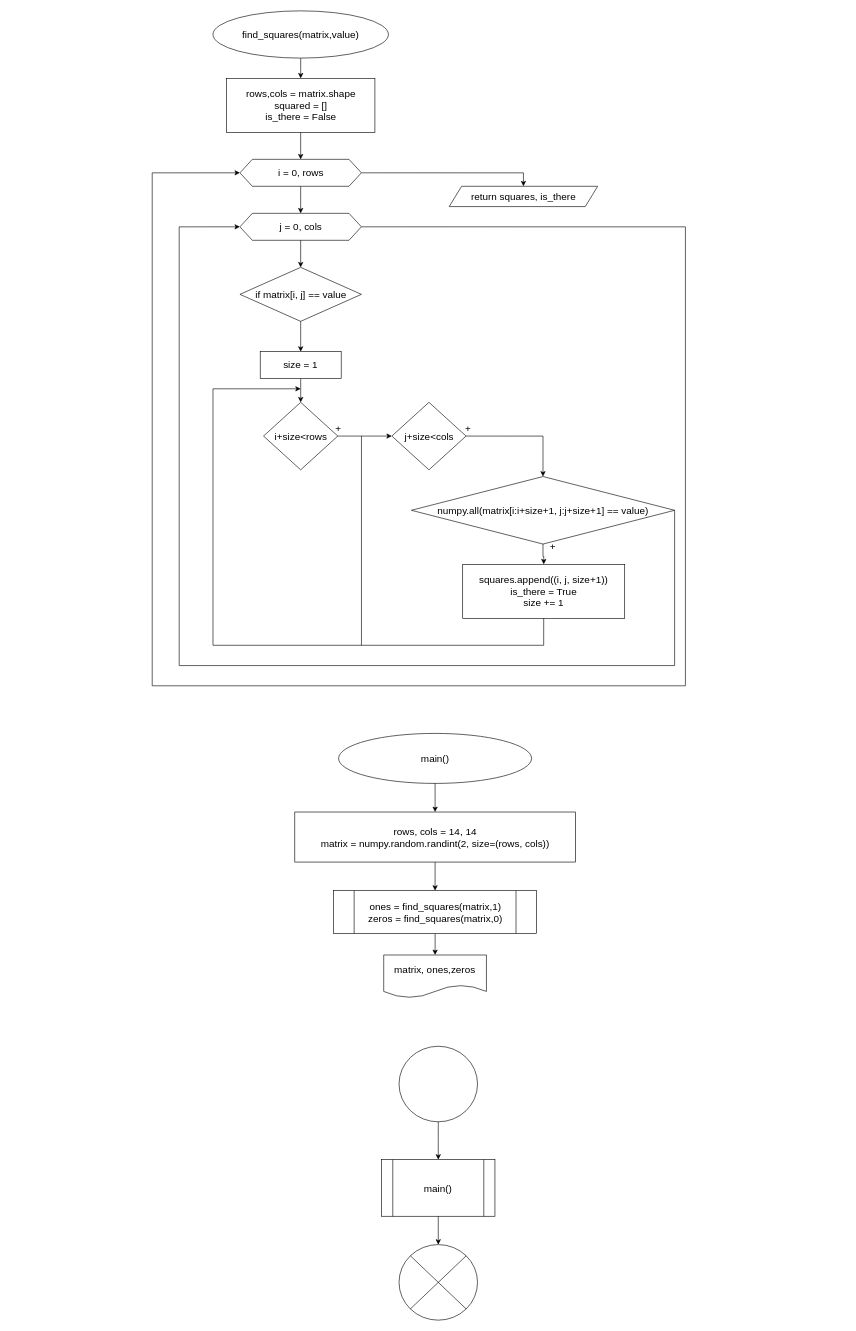
Before: 2.drawio in DavoA/Univercity, a draw.io diagram. Source tidied: cells renumbered, new cells numbered last; positions are measured from the earlier drawing's top-left corner, leaving out a move shared by most shapes. Both pictures are drawn from the tidied source at 62%, with x=0, y=0 at pixel (152, 11).
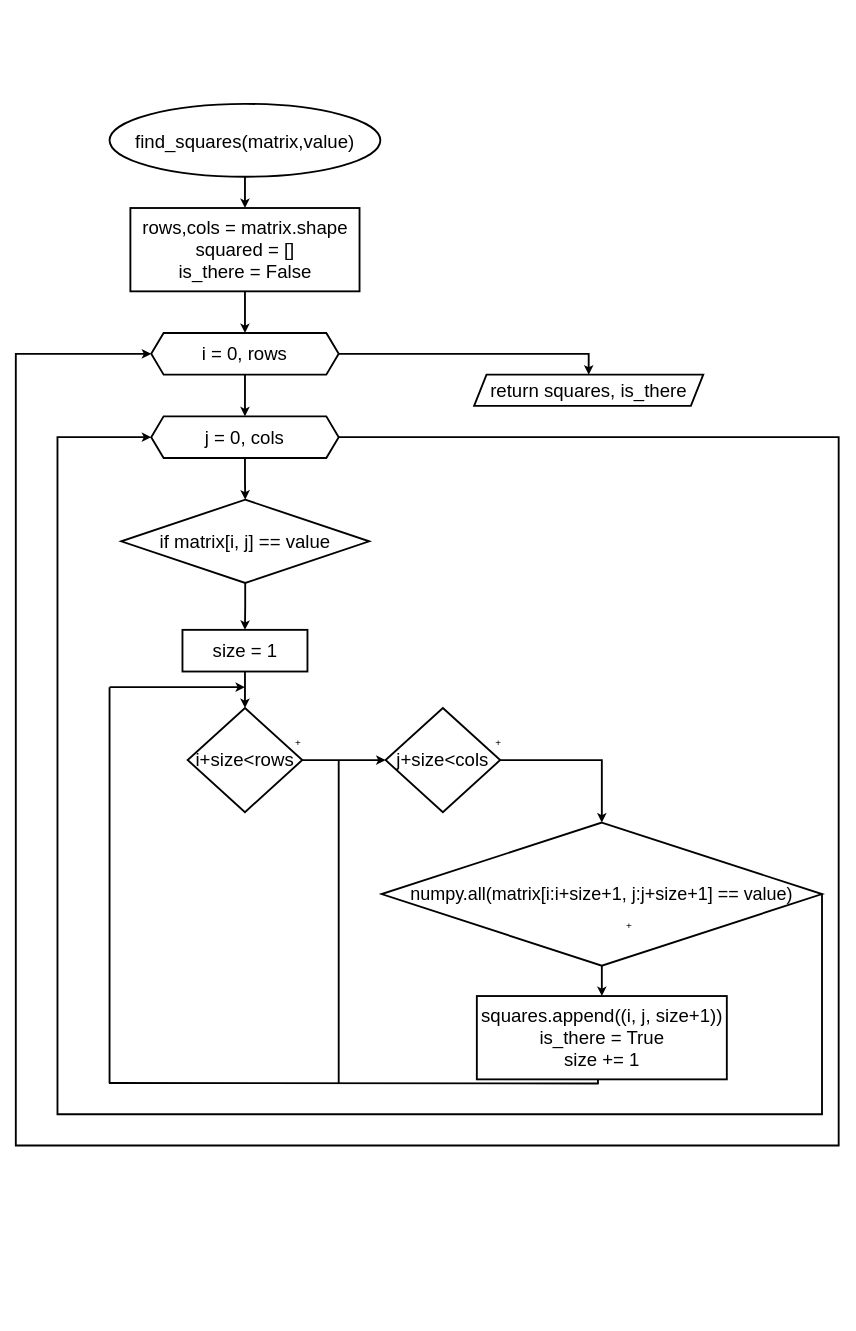
The same page after the edit.

Diff of the diagram source:
```diff
@@
-    <mxCell id="2" style="group;" parent="1" vertex="1">
-      <mxGeometry x="230" y="1165.4" width="452.5" height="426.6" as="geometry" />
-    </mxCell>
-    <mxCell id="3" value="&lt;font style=&quot;font-size: 16px;&quot;&gt;main()&lt;/font&gt;" style="ellipse;whiteSpace=wrap;html=1;" parent="2" vertex="1">
-      <mxGeometry x="70.6" width="311.3" height="80.7" as="geometry" />
-    </mxCell>
-    <mxCell id="4" value="&lt;div style=&quot;font-size: 16px;&quot;&gt;&lt;font style=&quot;font-size: 16px;&quot;&gt;rows, cols = 14, 14&lt;/font&gt;&lt;/div&gt;&lt;div style=&quot;font-size: 16px;&quot;&gt;&lt;font style=&quot;font-size: 16px;&quot;&gt;matrix = numpy.random.randint(2, size=(rows, cols))&lt;/font&gt;&lt;/div&gt;" style="rounded=0;whiteSpace=wrap;html=1;" parent="2" vertex="1">
-      <mxGeometry y="126.8" width="452.5" height="80.7" as="geometry" />
-    </mxCell>
-    <mxCell id="5" style="edgeStyle=orthogonalEdgeStyle;rounded=0;jettySize=auto;html=1;exitX=0.5;exitY=1;exitDx=0;exitDy=0;" parent="2" edge="1" source="3" target="4">
-      <mxGeometry relative="1" as="geometry" />
-    </mxCell>
-    <mxCell id="6" value="&lt;font style=&quot;font-size: 16px;&quot;&gt;matrix, ones,zeros&lt;/font&gt;" style="shape=document;whiteSpace=wrap;html=1;boundedLbl=1;" parent="2" vertex="1">
-      <mxGeometry x="143.4" y="357.4" width="165.7" height="69.2" as="geometry" />
-    </mxCell>
-    <mxCell id="7" style="edgeStyle=orthogonalEdgeStyle;rounded=0;jettySize=auto;html=1;entryX=0.5;entryY=0;entryDx=0;entryDy=0;" parent="2" edge="1" source="8" target="6">
-      <mxGeometry relative="1" as="geometry" />
-    </mxCell>
-    <mxCell id="8" value="&lt;div style=&quot;font-size: 16px;&quot;&gt;&lt;font style=&quot;font-size: 16px;&quot;&gt;ones = find_squares(matrix,1)&lt;/font&gt;&lt;/div&gt;&lt;div style=&quot;font-size: 16px;&quot;&gt;&lt;font style=&quot;font-size: 16px;&quot;&gt;zeros = find_squares(matrix,0)&lt;/font&gt;&lt;/div&gt;" style="shape=process;whiteSpace=wrap;html=1;backgroundOutline=1;" parent="2" vertex="1">
-      <mxGeometry x="62.7" y="253.6" width="327.1" height="69.2" as="geometry" />
-    </mxCell>
-    <mxCell id="9" style="edgeStyle=orthogonalEdgeStyle;rounded=0;jettySize=auto;html=1;" parent="2" edge="1" source="4" target="8">
-      <mxGeometry relative="1" as="geometry" />
-    </mxCell>
-    <mxCell id="10" style="group;" parent="1" vertex="1">
-      <mxGeometry x="370" y="1670" width="182.8" height="441.8" as="geometry" />
-    </mxCell>
-    <mxCell id="11" style="ellipse;whiteSpace=wrap;html=1;" parent="10" vertex="1">
-      <mxGeometry x="28.1" width="126.6" height="121.9" as="geometry" />
-    </mxCell>
-    <mxCell id="12" value="&lt;font style=&quot;font-size: 16px;&quot;&gt;main()&lt;/font&gt;" style="shape=process;whiteSpace=wrap;html=1;backgroundOutline=1;" parent="10" vertex="1">
-      <mxGeometry y="182.8" width="182.8" height="91.4" as="geometry" />
-    </mxCell>
-    <mxCell id="13" style="edgeStyle=orthogonalEdgeStyle;rounded=0;jettySize=auto;html=1;" parent="10" edge="1" source="11" target="12">
-      <mxGeometry relative="1" as="geometry" />
-    </mxCell>
-    <mxCell id="14" style="ellipse;whiteSpace=wrap;html=1;" parent="10" vertex="1">
-      <mxGeometry x="28.1" y="319.9" width="126.6" height="121.9" as="geometry" />
-    </mxCell>
-    <mxCell id="15" style="endArrow=none;html=1;rounded=0;exitX=0;exitY=1;exitDx=0;exitDy=0;entryX=1;entryY=0;entryDx=0;entryDy=0;" parent="10" edge="1" source="14" target="14">
-      <mxGeometry relative="1" as="geometry" />
-    </mxCell>
-    <mxCell id="16" style="edgeStyle=orthogonalEdgeStyle;rounded=0;jettySize=auto;html=1;entryX=0.5;entryY=0;entryDx=0;entryDy=0;" parent="10" edge="1" source="12" target="14">
-      <mxGeometry relative="1" as="geometry" />
-    </mxCell>
-    <mxCell id="17" style="endArrow=none;html=1;rounded=0;exitX=1;exitY=1;exitDx=0;exitDy=0;entryX=0;entryY=0;entryDx=0;entryDy=0;" parent="10" edge="1" source="14" target="14">
-      <mxGeometry relative="1" as="geometry" />
-    </mxCell>
-    <mxCell id="18" style="group;" parent="1" vertex="1">
-      <mxGeometry width="860" height="1088.6" as="geometry" />
-    </mxCell>
-    <mxCell id="19" value="&lt;font style=&quot;font-size: 16px;&quot;&gt;find_squares(matrix,value)&lt;/font&gt;" style="ellipse;whiteSpace=wrap;html=1;" parent="18" vertex="1">
-      <mxGeometry x="98" width="283" height="76.2" as="geometry" />
+    <mxCell id="19" value="&lt;font style=&quot;font-size: 34px;&quot;&gt;&lt;font style=&quot;font-size: 34px;&quot;&gt;&lt;font style=&quot;font-size: 30px;&quot;&gt;&lt;font style=&quot;font-size: 30px;&quot;&gt;find_squares(matrix,value)&lt;/font&gt;&lt;/font&gt;&lt;/font&gt;&lt;/font&gt;" style="ellipse;whiteSpace=wrap;html=1;strokeWidth=3;" parent="1" vertex="1">
+      <mxGeometry x="-68.8" y="150" width="436.8" height="117.6" as="geometry" />
     </mxCell>
-    <mxCell id="20" value="&lt;div style=&quot;font-size: 16px;&quot;&gt;&lt;font style=&quot;font-size: 16px;&quot;&gt;rows,cols = matrix.shape&lt;/font&gt;&lt;/div&gt;&lt;div style=&quot;font-size: 16px;&quot;&gt;&lt;font style=&quot;font-size: 16px;&quot;&gt;squared = []&lt;/font&gt;&lt;/div&gt;&lt;div style=&quot;font-size: 16px;&quot;&gt;&lt;font style=&quot;font-size: 16px;&quot;&gt;is_there = False&lt;font style=&quot;font-size: 16px;&quot;&gt;&lt;br&gt;&lt;/font&gt;&lt;/font&gt;&lt;/div&gt;" style="rounded=0;whiteSpace=wrap;html=1;" parent="18" vertex="1">
-      <mxGeometry x="119.7" y="108.9" width="239.5" height="87.1" as="geometry" />
+    <mxCell id="20" value="&lt;div style=&quot;font-size: 30px;&quot;&gt;&lt;font style=&quot;font-size: 30px;&quot;&gt;rows,cols = matrix.shape&lt;/font&gt;&lt;/div&gt;&lt;div style=&quot;font-size: 30px;&quot;&gt;&lt;font style=&quot;font-size: 30px;&quot;&gt;squared = []&lt;/font&gt;&lt;/div&gt;&lt;div style=&quot;font-size: 30px;&quot;&gt;&lt;font style=&quot;font-size: 30px;&quot;&gt;is_there = False&lt;font style=&quot;font-size: 30px;&quot;&gt;&lt;br&gt;&lt;/font&gt;&lt;/font&gt;&lt;/div&gt;" style="rounded=0;whiteSpace=wrap;html=1;strokeWidth=3;" parent="1" vertex="1">
+      <mxGeometry x="-35.2" y="318" width="369.6" height="134.4" as="geometry" />
     </mxCell>
-    <mxCell id="21" style="edgeStyle=orthogonalEdgeStyle;rounded=0;jettySize=auto;html=1;exitX=0.5;exitY=1;exitDx=0;exitDy=0;" parent="18" edge="1" source="19" target="20">
+    <mxCell id="21" style="edgeStyle=orthogonalEdgeStyle;rounded=0;jettySize=auto;html=1;exitX=0.5;exitY=1;exitDx=0;exitDy=0;strokeWidth=3;" parent="1" edge="1" source="19" target="20">
       <mxGeometry relative="1" as="geometry" />
     </mxCell>
-    <mxCell id="22" value="&lt;font style=&quot;font-size: 16px;&quot;&gt;i = 0, rows&lt;/font&gt;" style="shape=hexagon;perimeter=hexagonPerimeter2;whiteSpace=wrap;html=1;fixedSize=1;" parent="18" vertex="1">
-      <mxGeometry x="141.5" y="239.5" width="195.9" height="43.5" as="geometry" />
+    <mxCell id="22" value="&lt;font style=&quot;font-size: 30px;&quot;&gt;&lt;font style=&quot;font-size: 30px;&quot;&gt;i = 0, rows&lt;/font&gt;&lt;/font&gt;" style="shape=hexagon;perimeter=hexagonPerimeter2;whiteSpace=wrap;html=1;fixedSize=1;strokeWidth=3;" parent="1" vertex="1">
+      <mxGeometry x="-1.6" y="519.6" width="302.4" height="67.2" as="geometry" />
     </mxCell>
-    <mxCell id="23" style="edgeStyle=orthogonalEdgeStyle;rounded=0;jettySize=auto;html=1;" parent="18" edge="1" source="20" target="22">
+    <mxCell id="23" style="edgeStyle=orthogonalEdgeStyle;rounded=0;jettySize=auto;html=1;strokeWidth=3;" parent="1" edge="1" source="20" target="22">
       <mxGeometry relative="1" as="geometry" />
     </mxCell>
-    <mxCell id="24" style="edgeStyle=orthogonalEdgeStyle;rounded=0;jettySize=auto;html=1;entryX=0;entryY=0.5;entryDx=0;entryDy=0;exitX=1;exitY=0.5;exitDx=0;exitDy=0;" parent="18" edge="1" source="25" target="22">
+    <mxCell id="24" style="edgeStyle=orthogonalEdgeStyle;rounded=0;jettySize=auto;html=1;entryX=0;entryY=0.5;entryDx=0;entryDy=0;exitX=1;exitY=0.5;exitDx=0;exitDy=0;strokeWidth=3;" parent="1" edge="1" source="25" target="22">
       <mxGeometry relative="1" as="geometry">
         <Array as="points">
-          <mxPoint x="860" y="348.4" />
-          <mxPoint x="860" y="1088.6" />
-          <mxPoint y="1088.6" />
-          <mxPoint y="261.3" />
+          <mxPoint x="1107.2" y="687.6" />
+          <mxPoint x="1107.2" y="1830" />
+          <mxPoint x="-220" y="1830" />
+          <mxPoint x="-220" y="553.2" />
         </Array>
       </mxGeometry>
     </mxCell>
-    <mxCell id="25" value="&lt;font style=&quot;font-size: 16px;&quot;&gt;j = 0, cols&lt;br&gt;&lt;/font&gt;" style="shape=hexagon;perimeter=hexagonPerimeter2;whiteSpace=wrap;html=1;fixedSize=1;" parent="18" vertex="1">
-      <mxGeometry x="141.5" y="326.6" width="195.9" height="43.5" as="geometry" />
+    <mxCell id="25" value="&lt;font style=&quot;font-size: 30px;&quot;&gt;j = 0, cols&lt;br&gt;&lt;/font&gt;" style="shape=hexagon;perimeter=hexagonPerimeter2;whiteSpace=wrap;html=1;fixedSize=1;strokeWidth=3;" parent="1" vertex="1">
+      <mxGeometry x="-1.6" y="654" width="302.4" height="67.2" as="geometry" />
     </mxCell>
-    <mxCell id="26" style="edgeStyle=orthogonalEdgeStyle;rounded=0;jettySize=auto;html=1;" parent="18" edge="1" source="22" target="25">
+    <mxCell id="26" style="edgeStyle=orthogonalEdgeStyle;rounded=0;jettySize=auto;html=1;strokeWidth=3;" parent="1" edge="1" source="22" target="25">
       <mxGeometry relative="1" as="geometry" />
     </mxCell>
-    <mxCell id="27" value="&lt;font style=&quot;font-size: 16px;&quot;&gt;if matrix[i, j] == value&lt;/font&gt;" style="rhombus;whiteSpace=wrap;html=1;" parent="18" vertex="1">
-      <mxGeometry x="141.5" y="413.7" width="195.9" height="87.1" as="geometry" />
+    <mxCell id="27" value="&lt;font style=&quot;font-size: 30px;&quot;&gt;&lt;font style=&quot;font-size: 30px;&quot;&gt;if matrix[i, j] == value&lt;/font&gt;&lt;/font&gt;" style="rhombus;whiteSpace=wrap;html=1;strokeWidth=3;" parent="1" vertex="1">
+      <mxGeometry x="-50" y="788.4" width="400" height="134.4" as="geometry" />
     </mxCell>
-    <mxCell id="28" style="edgeStyle=orthogonalEdgeStyle;rounded=0;jettySize=auto;html=1;" parent="18" edge="1" source="25" target="27">
+    <mxCell id="28" style="edgeStyle=orthogonalEdgeStyle;rounded=0;jettySize=auto;html=1;strokeWidth=3;" parent="1" edge="1" source="25" target="27">
       <mxGeometry relative="1" as="geometry" />
     </mxCell>
-    <mxCell id="29" value="&lt;font style=&quot;font-size: 16px;&quot;&gt;size = 1&lt;/font&gt;" style="rounded=0;whiteSpace=wrap;html=1;" parent="18" vertex="1">
-      <mxGeometry x="174.2" y="549.7" width="130.6" height="43.5" as="geometry" />
+    <mxCell id="29" value="&lt;font style=&quot;font-size: 30px;&quot;&gt;&lt;font style=&quot;font-size: 30px;&quot;&gt;size = 1&lt;/font&gt;&lt;/font&gt;" style="rounded=0;whiteSpace=wrap;html=1;strokeWidth=3;" parent="1" vertex="1">
+      <mxGeometry x="48.8" y="998.4" width="201.6" height="67.2" as="geometry" />
     </mxCell>
-    <mxCell id="30" style="edgeStyle=orthogonalEdgeStyle;rounded=0;jettySize=auto;html=1;exitX=0.5;exitY=1;exitDx=0;exitDy=0;entryX=0.5;entryY=0;entryDx=0;entryDy=0;" parent="18" edge="1" source="27" target="29">
+    <mxCell id="30" style="edgeStyle=orthogonalEdgeStyle;rounded=0;jettySize=auto;html=1;exitX=0.5;exitY=1;exitDx=0;exitDy=0;entryX=0.5;entryY=0;entryDx=0;entryDy=0;strokeWidth=3;" parent="1" edge="1" source="27" target="29">
       <mxGeometry relative="1" as="geometry" />
     </mxCell>
-    <mxCell id="31" value="&lt;font style=&quot;font-size: 16px;&quot;&gt;i+size&amp;lt;rows&lt;/font&gt;" style="rhombus;whiteSpace=wrap;html=1;" parent="18" vertex="1">
-      <mxGeometry x="179.6" y="631.4" width="119.7" height="108.9" as="geometry" />
+    <mxCell id="31" value="&lt;font style=&quot;font-size: 30px;&quot;&gt;&lt;font style=&quot;font-size: 30px;&quot;&gt;i+size&amp;lt;rows&lt;/font&gt;&lt;/font&gt;" style="rhombus;whiteSpace=wrap;html=1;strokeWidth=3;" parent="1" vertex="1">
+      <mxGeometry x="57.2" y="1124.4" width="184.8" height="168" as="geometry" />
     </mxCell>
-    <mxCell id="32" style="edgeStyle=orthogonalEdgeStyle;rounded=0;jettySize=auto;html=1;" parent="18" edge="1" source="29" target="31">
+    <mxCell id="32" style="edgeStyle=orthogonalEdgeStyle;rounded=0;jettySize=auto;html=1;strokeWidth=3;" parent="1" edge="1" source="29" target="31">
       <mxGeometry relative="1" as="geometry" />
     </mxCell>
-    <mxCell id="33" value="&lt;font style=&quot;font-size: 16px;&quot;&gt;j+size&amp;lt;cols&lt;/font&gt;" style="rhombus;whiteSpace=wrap;html=1;" parent="18" vertex="1">
-      <mxGeometry x="386.5" y="631.4" width="119.7" height="108.9" as="geometry" />
+    <mxCell id="33" value="&lt;font style=&quot;font-size: 30px;&quot;&gt;&lt;font style=&quot;font-size: 30px;&quot;&gt;j+size&amp;lt;cols&lt;/font&gt;&lt;/font&gt;" style="rhombus;whiteSpace=wrap;html=1;strokeWidth=3;" parent="1" vertex="1">
+      <mxGeometry x="376.4" y="1124.4" width="184.8" height="168" as="geometry" />
     </mxCell>
-    <mxCell id="34" style="edgeStyle=orthogonalEdgeStyle;rounded=0;jettySize=auto;html=1;" parent="18" edge="1" source="31" target="33">
+    <mxCell id="34" style="edgeStyle=orthogonalEdgeStyle;rounded=0;jettySize=auto;html=1;strokeWidth=3;" parent="1" edge="1" source="31" target="33">
       <mxGeometry relative="1" as="geometry" />
     </mxCell>
-    <mxCell id="35" value="&lt;font style=&quot;font-size: 16px;&quot;&gt;+&lt;/font&gt;" style="text;html=1;align=center;verticalAlign=middle;strokeColor=none;fillColor=none;" parent="18" vertex="1">
-      <mxGeometry x="285.2" y="657.5" width="30" height="30" as="geometry" />
+    <mxCell id="35" value="&lt;font style=&quot;font-size: 16px;&quot;&gt;+&lt;/font&gt;" style="text;html=1;align=center;verticalAlign=middle;strokeColor=none;fillColor=none;strokeWidth=3;" parent="1" vertex="1">
+      <mxGeometry x="220.2" y="1164.7" width="30" height="30" as="geometry" />
     </mxCell>
-    <mxCell id="36" style="edgeStyle=orthogonalEdgeStyle;rounded=0;jettySize=auto;html=1;entryX=0;entryY=0.5;entryDx=0;entryDy=0;exitX=1;exitY=0.5;exitDx=0;exitDy=0;" parent="18" edge="1" source="37" target="25">
+    <mxCell id="36" style="edgeStyle=orthogonalEdgeStyle;rounded=0;jettySize=auto;html=1;entryX=0;entryY=0.5;entryDx=0;entryDy=0;exitX=1;exitY=0.5;exitDx=0;exitDy=0;strokeWidth=3;" parent="1" edge="1" source="37" target="25">
       <mxGeometry relative="1" as="geometry">
         <Array as="points">
-          <mxPoint x="842.6" y="1056" />
-          <mxPoint x="43.5" y="1056" />
-          <mxPoint x="43.5" y="348.4" />
+          <mxPoint x="1080.3" y="1779.6" />
+          <mxPoint x="-152.8" y="1779.6" />
+          <mxPoint x="-152.8" y="687.6" />
         </Array>
       </mxGeometry>
     </mxCell>
-    <mxCell id="37" value="&lt;font style=&quot;font-size: 16px;&quot;&gt;numpy.all(matrix[i:i+size+1, j:j+size+1] == value)&lt;/font&gt;" style="rhombus;whiteSpace=wrap;html=1;" parent="18" vertex="1">
-      <mxGeometry x="418" y="751.1" width="424.6" height="108.9" as="geometry" />
+    <mxCell id="37" value="&lt;font style=&quot;font-size: 29px;&quot;&gt;&lt;font style=&quot;font-size: 29px;&quot;&gt;&lt;font style=&quot;font-size: 29px;&quot;&gt;numpy.all(matrix[i:i+size+1, j:j+size+1] == value)&lt;/font&gt;&lt;/font&gt;&lt;/font&gt;" style="rhombus;whiteSpace=wrap;html=1;strokeWidth=3;" parent="1" vertex="1">
+      <mxGeometry x="370" y="1309.2" width="710.3" height="230.8" as="geometry" />
     </mxCell>
-    <mxCell id="38" style="edgeStyle=orthogonalEdgeStyle;rounded=0;jettySize=auto;html=1;exitX=1;exitY=0.5;exitDx=0;exitDy=0;" parent="18" edge="1" source="33" target="37">
+    <mxCell id="38" style="edgeStyle=orthogonalEdgeStyle;rounded=0;jettySize=auto;html=1;exitX=1;exitY=0.5;exitDx=0;exitDy=0;strokeWidth=3;" parent="1" edge="1" source="33" target="37">
       <mxGeometry relative="1" as="geometry" />
     </mxCell>
-    <mxCell id="39" value="&lt;font style=&quot;font-size: 16px;&quot;&gt;+&lt;/font&gt;" style="text;html=1;align=center;verticalAlign=middle;strokeColor=none;fillColor=none;" parent="18" vertex="1">
-      <mxGeometry x="494.2" y="657.5" width="30" height="30" as="geometry" />
+    <mxCell id="39" value="&lt;font style=&quot;font-size: 16px;&quot;&gt;+&lt;/font&gt;" style="text;html=1;align=center;verticalAlign=middle;strokeColor=none;fillColor=none;strokeWidth=3;" parent="1" vertex="1">
+      <mxGeometry x="542.7" y="1164.7" width="30" height="30" as="geometry" />
     </mxCell>
-    <mxCell id="40" value="&lt;div style=&quot;font-size: 16px;&quot;&gt;&lt;font style=&quot;font-size: 16px;&quot;&gt;squares.append((i, j, size+1))&lt;/font&gt;&lt;/div&gt;&lt;div style=&quot;font-size: 16px;&quot;&gt;&lt;font style=&quot;font-size: 16px;&quot;&gt;is_there = True&lt;/font&gt;&lt;/div&gt;&lt;font style=&quot;font-size: 16px;&quot;&gt;size += 1&lt;/font&gt;" style="rounded=0;whiteSpace=wrap;html=1;" parent="18" vertex="1">
-      <mxGeometry x="500.8" y="892.7" width="261.3" height="87.1" as="geometry" />
+    <mxCell id="40" value="&lt;div style=&quot;font-size: 30px;&quot;&gt;&lt;font style=&quot;font-size: 30px;&quot;&gt;squares.append((i, j, size+1))&lt;/font&gt;&lt;/div&gt;&lt;div style=&quot;font-size: 30px;&quot;&gt;&lt;font style=&quot;font-size: 30px;&quot;&gt;is_there = True&lt;/font&gt;&lt;/div&gt;&lt;font style=&quot;font-size: 30px;&quot;&gt;size += 1&lt;/font&gt;" style="rounded=0;whiteSpace=wrap;html=1;strokeWidth=3;" parent="1" vertex="1">
+      <mxGeometry x="523.6" y="1589" width="403.2" height="134.4" as="geometry" />
     </mxCell>
-    <mxCell id="41" style="edgeStyle=orthogonalEdgeStyle;rounded=0;jettySize=auto;html=1;" parent="18" edge="1" source="37" target="40">
-      <mxGeometry relative="1" as="geometry" />
+    <mxCell id="41" style="edgeStyle=orthogonalEdgeStyle;rounded=0;jettySize=auto;html=1;strokeWidth=3;" parent="1" edge="1" source="37" target="40">
+      <mxGeometry relative="1" as="geometry">
+        <Array as="points">
+          <mxPoint x="725" y="1560" />
+          <mxPoint x="725" y="1560" />
+        </Array>
+      </mxGeometry>
     </mxCell>
-    <mxCell id="42" style="endArrow=none;html=1;rounded=0;entryX=0.5;entryY=1;entryDx=0;entryDy=0;" parent="18" edge="1" target="40">
-      <mxGeometry relative="1" as="geometry">
-        <mxPoint x="631.4" y="1023.3" as="sourcePoint" />
-      </mxGeometry>
-    </mxCell>
-    <mxCell id="43" style="endArrow=none;html=1;rounded=0;" parent="18" edge="1">
+    <mxCell id="43" style="endArrow=none;html=1;rounded=0;strokeWidth=3;" parent="1" edge="1">
       <mxGeometry relative="1" as="geometry">
-        <mxPoint x="631.4" y="1023.3" as="sourcePoint" />
-        <mxPoint x="98" y="1023.3" as="targetPoint" />
+        <mxPoint x="720" y="1730" as="sourcePoint" />
+        <mxPoint x="-69.8" y="1729.2" as="targetPoint" />
       </mxGeometry>
     </mxCell>
-    <mxCell id="44" style="endArrow=none;html=1;rounded=0;" parent="18" edge="1">
+    <mxCell id="44" style="endArrow=none;html=1;rounded=0;strokeWidth=3;" parent="1" edge="1">
       <mxGeometry relative="1" as="geometry">
-        <mxPoint x="98" y="1023.3" as="sourcePoint" />
-        <mxPoint x="98" y="609.6" as="targetPoint" />
+        <mxPoint x="-68.8" y="1729.2" as="sourcePoint" />
+        <mxPoint x="-68.8" y="1090.8" as="targetPoint" />
       </mxGeometry>
     </mxCell>
-    <mxCell id="45" style="endArrow=classic;html=1;rounded=0;" parent="18" edge="1">
+    <mxCell id="45" style="endArrow=classic;html=1;rounded=0;strokeWidth=3;" parent="1" edge="1">
       <mxGeometry relative="1" as="geometry">
-        <mxPoint x="98" y="609.6" as="sourcePoint" />
-        <mxPoint x="239.5" y="609.6" as="targetPoint" />
+        <mxPoint x="-68.8" y="1090.8" as="sourcePoint" />
+        <mxPoint x="149.6" y="1090.8" as="targetPoint" />
       </mxGeometry>
     </mxCell>
-    <mxCell id="46" value="&lt;font style=&quot;font-size: 16px;&quot;&gt;+&lt;/font&gt;" style="text;html=1;align=center;verticalAlign=middle;strokeColor=none;fillColor=none;" parent="18" vertex="1">
-      <mxGeometry x="631.4" y="849.1" width="30" height="30" as="geometry" />
+    <mxCell id="46" value="&lt;font style=&quot;font-size: 16px;&quot;&gt;+&lt;/font&gt;" style="text;html=1;align=center;verticalAlign=middle;strokeColor=none;fillColor=none;strokeWidth=3;" parent="1" vertex="1">
+      <mxGeometry x="754.4" y="1460.4" width="30" height="30" as="geometry" />
     </mxCell>
-    <mxCell id="47" value="&lt;font style=&quot;font-size: 16px;&quot;&gt;return squares, is_there&lt;/font&gt;" style="shape=parallelogram;perimeter=parallelogramPerimeter;whiteSpace=wrap;html=1;fixedSize=1;" parent="18" vertex="1">
-      <mxGeometry x="479" y="283" width="239.5" height="32.7" as="geometry" />
+    <mxCell id="47" value="&lt;font style=&quot;font-size: 30px;&quot;&gt;&lt;font style=&quot;font-size: 30px;&quot;&gt;return squares, is_there&lt;/font&gt;&lt;/font&gt;" style="shape=parallelogram;perimeter=parallelogramPerimeter;whiteSpace=wrap;html=1;fixedSize=1;strokeWidth=3;" parent="1" vertex="1">
+      <mxGeometry x="519.2" y="586.8" width="369.6" height="50.4" as="geometry" />
     </mxCell>
-    <mxCell id="48" style="edgeStyle=orthogonalEdgeStyle;rounded=0;jettySize=auto;html=1;exitX=1;exitY=0.5;exitDx=0;exitDy=0;entryX=0.5;entryY=0;entryDx=0;entryDy=0;" parent="18" edge="1" source="22" target="47">
+    <mxCell id="48" style="edgeStyle=orthogonalEdgeStyle;rounded=0;jettySize=auto;html=1;exitX=1;exitY=0.5;exitDx=0;exitDy=0;entryX=0.5;entryY=0;entryDx=0;entryDy=0;strokeWidth=3;" parent="1" edge="1" source="22" target="47">
       <mxGeometry relative="1" as="geometry" />
     </mxCell>
-    <mxCell id="49" style="endArrow=none;html=1;rounded=0;" parent="18" edge="1">
+    <mxCell id="49" style="endArrow=none;html=1;rounded=0;strokeWidth=3;" parent="1" edge="1">
       <mxGeometry relative="1" as="geometry">
-        <mxPoint x="337.5" y="1023.3" as="sourcePoint" />
-        <mxPoint x="337.5" y="685.8" as="targetPoint" />
+        <mxPoint x="300.8" y="1729.2" as="sourcePoint" />
+        <mxPoint x="300.8" y="1208.4" as="targetPoint" />
       </mxGeometry>
     </mxCell>
+    <mxCell id="50" style="endArrow=none;html=1;rounded=0;strokeWidth=3;entryX=0.487;entryY=1.001;entryDx=0;entryDy=0;entryPerimeter=0;" parent="1" edge="1">
+      <mxGeometry relative="1" as="geometry">
+        <mxPoint x="719" y="1730.5" as="sourcePoint" />
+        <mxPoint x="718.9" y="1724" as="targetPoint" />
+      </mxGeometry>
+    </mxCell>
```
